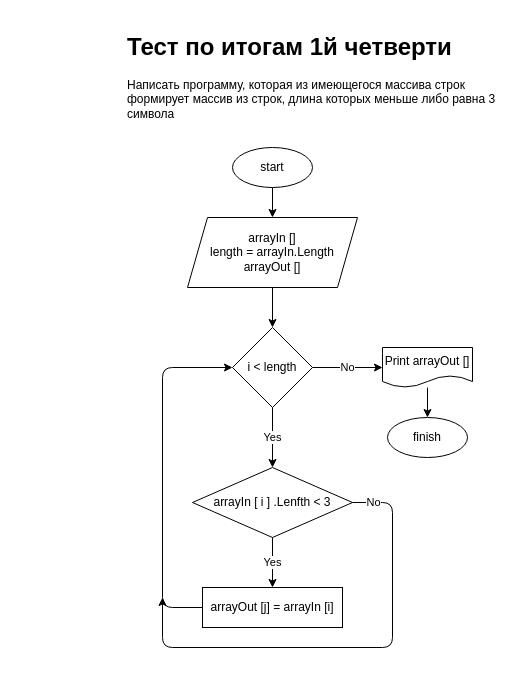
This is diagram.drawio from LexP1/Test1, a draw.io file, before an edit. Source tidied: cells renumbered, new cells numbered last; positions are measured from the earlier drawing's top-left corner, leaving out a move shared by most shapes. Both pictures are drawn from the tidied source at 100%, with x=0, y=0 at pixel (122, 27).
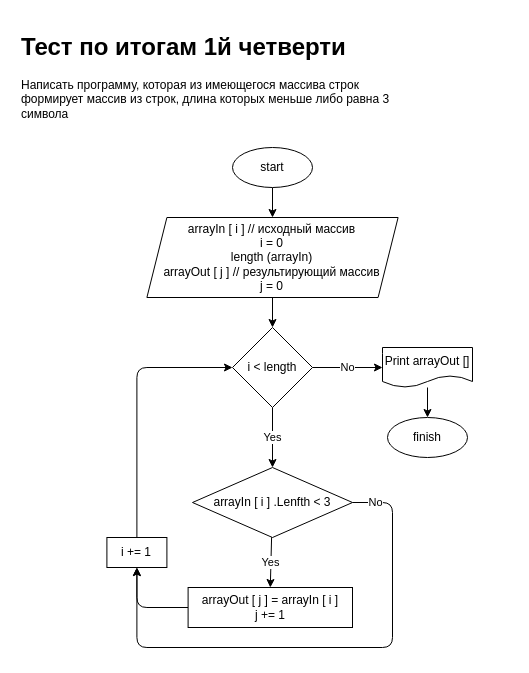
Above is the later version.

The change refers to these unchanged cells:
```xml
<mxCell id="9" value="i &amp;lt; length" style="rhombus;whiteSpace=wrap;html=1;" parent="1" vertex="1">
  <mxGeometry x="110" y="300" width="80" height="80" as="geometry" />
</mxCell>
<mxCell id="12" value="arrayIn [ i ] .Lenfth &amp;lt; 3" style="rhombus;whiteSpace=wrap;html=1;" parent="1" vertex="1">
  <mxGeometry x="70" y="440" width="160" height="70" as="geometry" />
</mxCell>
```

Change to the diagram source:
```diff
@@
     <mxCell id="2" value="&lt;h1&gt;Тест по итогам 1й четверти&lt;/h1&gt;&lt;p&gt;Написать программу, которая из имеющегося массива строк формирует массив из строк, длина которых меньше либо равна 3 символа&lt;/p&gt;" style="text;html=1;strokeColor=none;fillColor=none;spacing=5;spacingTop=-20;whiteSpace=wrap;overflow=hidden;rounded=0;" parent="1" vertex="1">
-      <mxGeometry width="390" height="100" as="geometry" />
+      <mxGeometry x="-105.6" width="390" height="100" as="geometry" />
     </mxCell>
@@
-    <mxCell id="6" value="arrayIn []&lt;br&gt;length = arrayIn.Length&lt;br&gt;arrayOut []" style="shape=parallelogram;perimeter=parallelogramPerimeter;whiteSpace=wrap;html=1;fixedSize=1;" parent="1" vertex="1">
-      <mxGeometry x="65" y="190" width="170" height="70" as="geometry" />
+    <mxCell id="6" value="arrayIn [ i ] // исходный массив&lt;br&gt;i = 0&lt;br&gt;length (arrayIn)&lt;br&gt;arrayOut [ j ] // результирующий массив&lt;br&gt;j = 0" style="shape=parallelogram;perimeter=parallelogramPerimeter;whiteSpace=wrap;html=1;fixedSize=1;" parent="1" vertex="1">
+      <mxGeometry x="24.4" y="190" width="251.2" height="80" as="geometry" />
     </mxCell>
@@
-    <mxCell id="11" value="No" style="edgeStyle=none;html=1;" parent="1" edge="1" source="12">
+    <mxCell id="11" value="No" style="edgeStyle=none;html=1;entryX=0.5;entryY=1;entryDx=0;entryDy=0;" parent="1" edge="1" source="12" target="19">
       <mxGeometry x="-0.91" relative="1" as="geometry">
-        <mxPoint x="40" y="570" as="targetPoint" />
         <Array as="points">
           <mxPoint x="270" y="475" />
           <mxPoint x="270" y="620" />
-          <mxPoint x="40" y="620" />
+          <mxPoint x="14.4" y="620" />
         </Array>
       </mxGeometry>
     </mxCell>
@@
-    <mxCell id="13" style="edgeStyle=none;html=1;entryX=0;entryY=0.5;entryDx=0;entryDy=0;" parent="1" edge="1" source="14" target="9">
+    <mxCell id="13" style="edgeStyle=none;html=1;entryX=0.5;entryY=1;entryDx=0;entryDy=0;" parent="1" edge="1" source="14" target="19">
       <mxGeometry relative="1" as="geometry">
         <Array as="points">
-          <mxPoint x="40" y="580" />
-          <mxPoint x="40" y="340" />
+          <mxPoint x="14.4" y="580" />
         </Array>
       </mxGeometry>
     </mxCell>
-    <mxCell id="14" value="arrayOut [j] = arrayIn [i]" style="rounded=0;whiteSpace=wrap;html=1;" parent="1" vertex="1">
-      <mxGeometry x="80" y="560" width="140" height="40" as="geometry" />
+    <mxCell id="14" value="arrayOut [ j ] = arrayIn [ i ]&lt;br&gt;j += 1" style="rounded=0;whiteSpace=wrap;html=1;" parent="1" vertex="1">
+      <mxGeometry x="65.6" y="560" width="164.4" height="40" as="geometry" />
     </mxCell>
@@
+    <mxCell id="18" style="edgeStyle=none;html=1;entryX=0;entryY=0.5;entryDx=0;entryDy=0;" parent="1" edge="1" source="19" target="9">
+      <mxGeometry relative="1" as="geometry">
+        <Array as="points">
+          <mxPoint x="14.4" y="340" />
+        </Array>
+      </mxGeometry>
+    </mxCell>
+    <mxCell id="19" value="i += 1" style="rounded=0;whiteSpace=wrap;html=1;" parent="1" vertex="1">
+      <mxGeometry x="-15.6" y="510" width="60" height="30" as="geometry" />
+    </mxCell>
```
